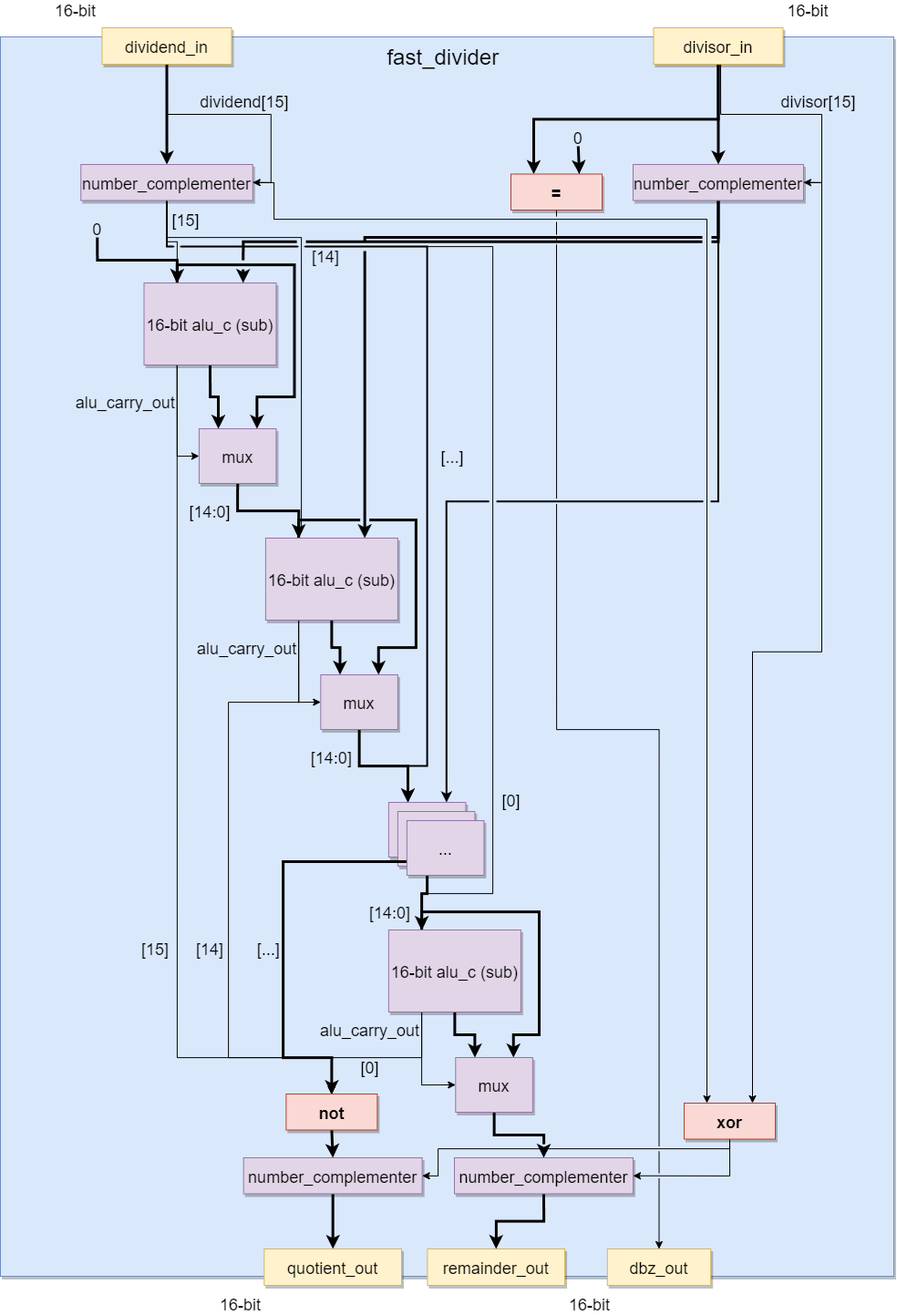
The draw.io diagram fast_divider/fast_divider_structure.png in UandersonSilva/multiplicators, before a commit. Source tidied: cells renumbered, new cells last; positions are measured from the earlier drawing's top-left corner, leaving out a move shared by most shapes.
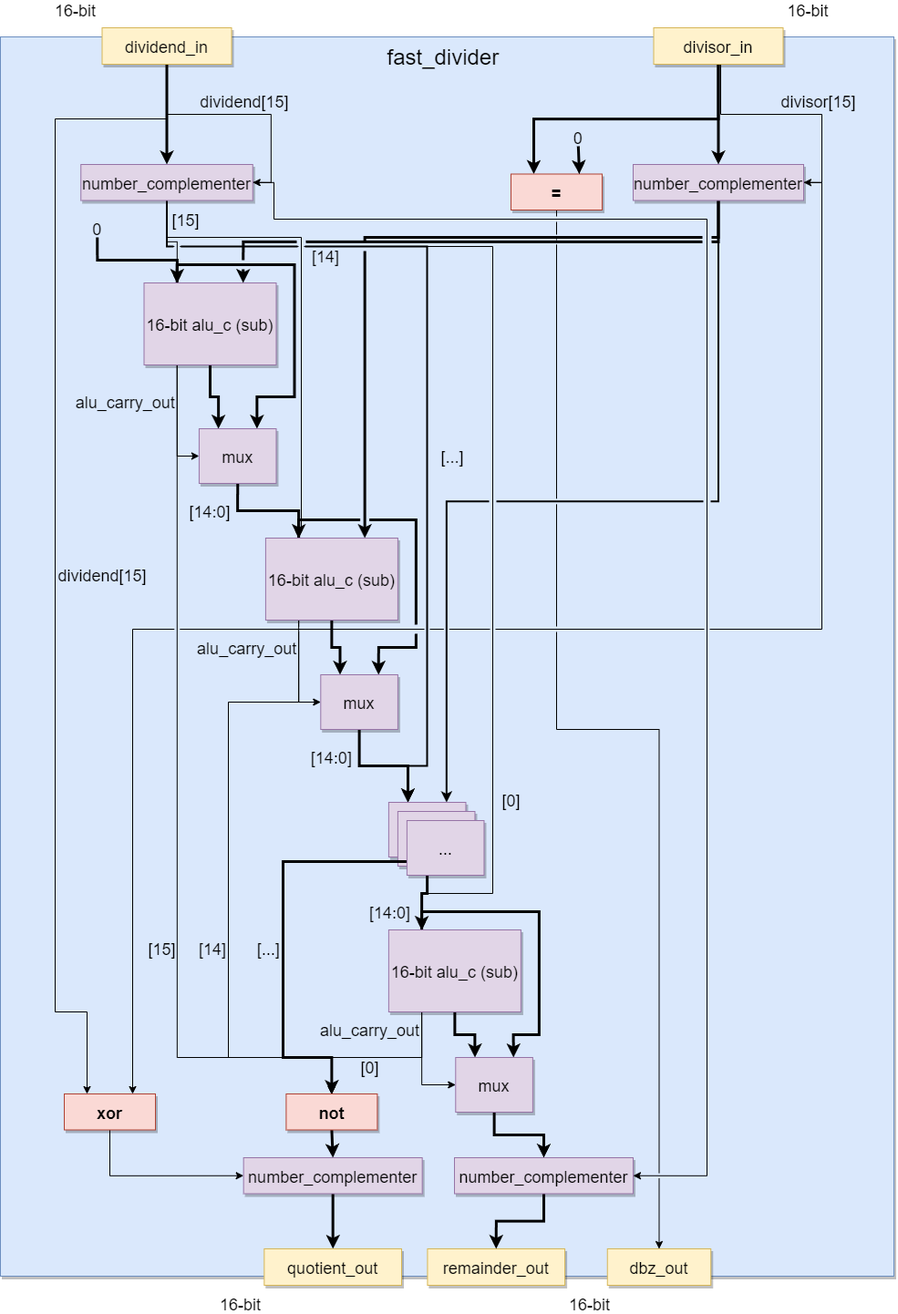
After the commit.

Commit message:
remainder signal definition corrected.

Change to the diagram source:
```diff
@@ -35,6 +35,16 @@
     <mxCell id="9" style="edgeStyle=orthogonalEdgeStyle;rounded=0;jettySize=auto;html=1;exitX=0.5;exitY=1;exitDx=0;exitDy=0;entryX=1;entryY=0.5;entryDx=0;entryDy=0;jumpStyle=gap;" parent="1" edge="1" source="10" target="19">
       <mxGeometry relative="1" as="geometry" />
     </mxCell>
+    <mxCell id="86" style="edgeStyle=orthogonalEdgeStyle;rounded=0;jettySize=auto;html=1;exitX=0.5;exitY=1;exitDx=0;exitDy=0;entryX=0.25;entryY=0;entryDx=0;entryDy=0;" parent="1" edge="1" source="10" target="40">
+      <mxGeometry relative="1" as="geometry">
+        <Array as="points">
+          <mxPoint x="183" y="130" />
+          <mxPoint x="60" y="130" />
+          <mxPoint x="60" y="1110" />
+          <mxPoint x="95" y="1110" />
+        </Array>
+      </mxGeometry>
+    </mxCell>
     <mxCell id="10" value="dividend_in" style="shadow=1;fontSize=18;fillColor=#fff2cc;strokeColor=#d6b656;" parent="1" vertex="1">
       <mxGeometry x="111.5" y="30" width="142" height="40" as="geometry" />
     </mxCell>
@@ -69,12 +79,13 @@
         </Array>
       </mxGeometry>
     </mxCell>
-    <mxCell id="17" style="edgeStyle=orthogonalEdgeStyle;rounded=0;jumpStyle=gap;jettySize=auto;html=1;exitX=1;exitY=0.5;exitDx=0;exitDy=0;entryX=0.25;entryY=0;entryDx=0;entryDy=0;strokeWidth=1;" parent="1" edge="1" source="19" target="40">
+    <mxCell id="17" style="edgeStyle=orthogonalEdgeStyle;rounded=0;jumpStyle=gap;jettySize=auto;html=1;exitX=1;exitY=0.5;exitDx=0;exitDy=0;entryX=1;entryY=0.5;entryDx=0;entryDy=0;strokeWidth=1;" parent="1" edge="1" source="19" target="74">
       <mxGeometry relative="1" as="geometry">
         <Array as="points">
           <mxPoint x="300" y="200" />
           <mxPoint x="300" y="240" />
           <mxPoint x="775" y="240" />
+          <mxPoint x="775" y="1290" />
         </Array>
       </mxGeometry>
     </mxCell>
@@ -110,8 +121,14 @@
     <mxCell id="23" style="edgeStyle=orthogonalEdgeStyle;rounded=0;jumpStyle=gap;jettySize=auto;html=1;exitX=0.5;exitY=1;exitDx=0;exitDy=0;entryX=0.75;entryY=0;entryDx=0;entryDy=0;strokeWidth=2;" parent="1" edge="1" source="25" target="66">
       <mxGeometry relative="1" as="geometry" />
     </mxCell>
-    <mxCell id="24" style="edgeStyle=orthogonalEdgeStyle;rounded=0;jumpStyle=gap;jettySize=auto;html=1;exitX=1;exitY=0.5;exitDx=0;exitDy=0;entryX=0.75;entryY=0;entryDx=0;entryDy=0;strokeWidth=1;" parent="1" edge="1" source="25" target="40">
-      <mxGeometry relative="1" as="geometry" />
+    <mxCell id="24" style="edgeStyle=orthogonalEdgeStyle;rounded=0;jettySize=auto;html=1;exitX=1;exitY=0.5;exitDx=0;exitDy=0;entryX=0.75;entryY=0;entryDx=0;entryDy=0;jumpStyle=gap;" parent="1" edge="1" source="25" target="40">
+      <mxGeometry relative="1" as="geometry">
+        <Array as="points">
+          <mxPoint x="901" y="200" />
+          <mxPoint x="901" y="690" />
+          <mxPoint x="145" y="690" />
+        </Array>
+      </mxGeometry>
     </mxCell>
     <mxCell id="25" value="number_complementer" style="shadow=1;fontSize=18;fillColor=#e1d5e7;strokeColor=#9673a6;" parent="1" vertex="1">
       <mxGeometry x="694" y="180" width="187" height="39.5" as="geometry" />
@@ -119,15 +136,6 @@
     <mxCell id="26" style="edgeStyle=orthogonalEdgeStyle;rounded=0;jettySize=auto;html=1;exitX=0.5;exitY=1;exitDx=0;exitDy=0;entryX=0.5;entryY=0;entryDx=0;entryDy=0;strokeWidth=3;" parent="1" edge="1" source="28" target="41">
       <mxGeometry relative="1" as="geometry" />
     </mxCell>
-    <mxCell id="27" style="edgeStyle=orthogonalEdgeStyle;rounded=0;jumpStyle=gap;jettySize=auto;html=1;exitX=0.5;exitY=1;exitDx=0;exitDy=0;entryX=1;entryY=0.5;entryDx=0;entryDy=0;strokeWidth=1;" parent="1" edge="1" source="40" target="28">
-      <mxGeometry relative="1" as="geometry">
-        <Array as="points">
-          <mxPoint x="800" y="1260" />
-          <mxPoint x="480" y="1260" />
-          <mxPoint x="480" y="1290" />
-        </Array>
-      </mxGeometry>
-    </mxCell>
     <mxCell id="28" value="number_complementer" style="shadow=1;fontSize=18;fillColor=#e1d5e7;strokeColor=#9673a6;" parent="1" vertex="1">
       <mxGeometry x="266.7" y="1270" width="196" height="39.5" as="geometry" />
     </mxCell>
@@ -153,7 +161,7 @@
       <mxGeometry x="468.4" y="490" width="55" height="20" as="geometry" />
     </mxCell>
     <mxCell id="36" value="[15]" style="text;strokeColor=none;fillColor=none;align=center;verticalAlign=middle;rounded=0;fontSize=18;" parent="1" vertex="1">
-      <mxGeometry x="150" y="1030" width="40" height="20" as="geometry" />
+      <mxGeometry x="157.5" y="1030" width="40" height="20" as="geometry" />
     </mxCell>
     <mxCell id="37" value="divisor[15]" style="text;strokeColor=none;fillColor=none;align=center;verticalAlign=middle;rounded=0;fontSize=18;" parent="1" vertex="1">
       <mxGeometry x="870" y="100" width="55" height="20" as="geometry" />
@@ -161,11 +169,11 @@
     <mxCell id="38" value="dividend[15]" style="text;strokeColor=none;fillColor=none;align=center;verticalAlign=middle;rounded=0;fontSize=18;" parent="1" vertex="1">
       <mxGeometry x="240.4" y="100" width="55" height="20" as="geometry" />
     </mxCell>
-    <mxCell id="39" style="edgeStyle=orthogonalEdgeStyle;rounded=0;jumpStyle=gap;jettySize=auto;html=1;exitX=0.5;exitY=1;exitDx=0;exitDy=0;entryX=1;entryY=0.5;entryDx=0;entryDy=0;strokeWidth=1;" parent="1" edge="1" source="40" target="74">
-      <mxGeometry relative="1" as="geometry" />
-    </mxCell>
+    <mxCell id="27" style="edgeStyle=orthogonalEdgeStyle;rounded=0;jettySize=auto;html=1;exitX=0.5;exitY=1;exitDx=0;exitDy=0;entryX=0;entryY=0.5;entryDx=0;entryDy=0;" parent="1" edge="1" source="40" target="28">
+      <mxGeometry relative="1" as="geometry" />
+    </mxCell>
     <mxCell id="40" value="xor" style="shadow=1;fontSize=18;fillColor=#fad9d5;strokeColor=#ae4132;fontStyle=1;" parent="1" vertex="1">
-      <mxGeometry x="750" y="1210" width="100" height="39.5" as="geometry" />
+      <mxGeometry x="70" y="1200" width="100" height="39.5" as="geometry" />
     </mxCell>
     <mxCell id="41" value="quotient_out" style="shadow=1;fontSize=18;fillColor=#fff2cc;strokeColor=#d6b656;" parent="1" vertex="1">
       <mxGeometry x="289.3" y="1370" width="150.7" height="40" as="geometry" />
@@ -276,7 +284,7 @@
       <mxGeometry x="390.9" y="1160" width="29.1" height="20" as="geometry" />
     </mxCell>
     <mxCell id="71" value="[14]" style="text;strokeColor=none;fillColor=none;align=center;verticalAlign=middle;rounded=0;fontSize=18;" parent="1" vertex="1">
-      <mxGeometry x="202.5" y="1030" width="55" height="20" as="geometry" />
+      <mxGeometry x="205.5" y="1030" width="55" height="20" as="geometry" />
     </mxCell>
     <mxCell id="72" value="[...]" style="text;strokeColor=none;fillColor=none;align=center;verticalAlign=middle;rounded=0;fontSize=18;" parent="1" vertex="1">
       <mxGeometry x="266.7" y="1030" width="55" height="20" as="geometry" />
@@ -320,5 +328,8 @@
     <mxCell id="85" value="16-bit" style="text;strokeColor=none;fillColor=none;align=center;verticalAlign=middle;rounded=0;fontSize=18;" parent="1" vertex="1">
       <mxGeometry x="619.1" y="1420" width="55" height="20" as="geometry" />
     </mxCell>
+    <mxCell id="87" value="dividend[15]" style="text;strokeColor=none;fillColor=none;align=center;verticalAlign=middle;rounded=0;fontSize=18;" parent="1" vertex="1">
+      <mxGeometry x="84.5" y="620" width="55" height="20" as="geometry" />
+    </mxCell>
   </root>
 </mxGraphModel>
```
